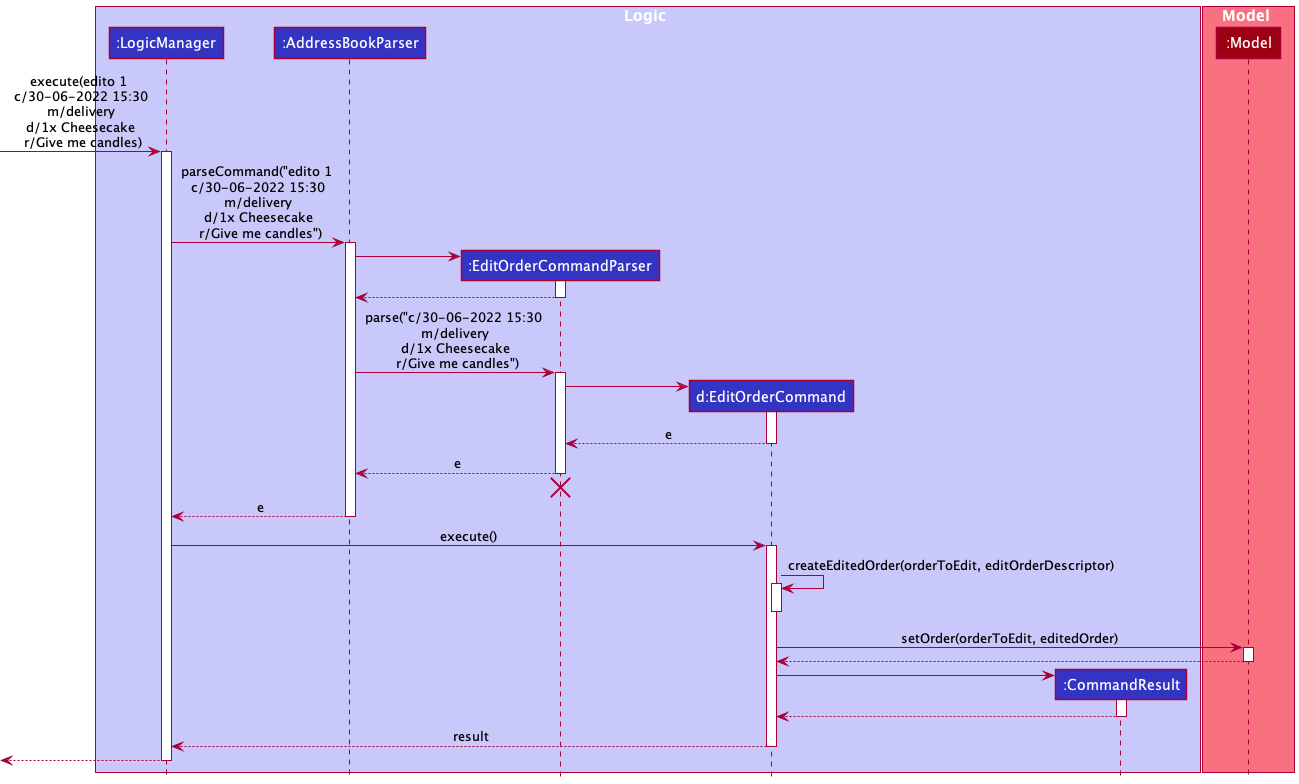
This is docs/images/EditOrderSequenceDiagram.png from onefangg/tp, a PlantUML export, as it was before one commit.
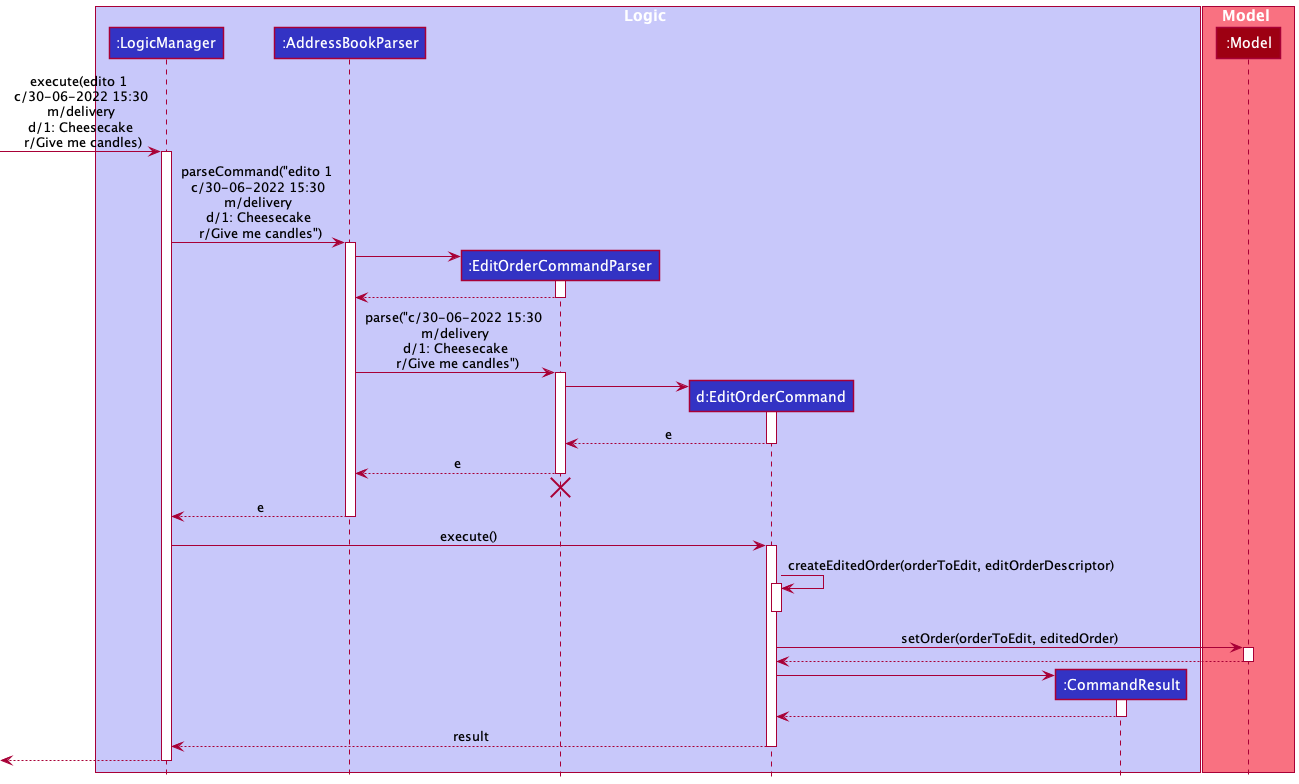
Later version of the same file.

The edit, as a diff of the source:
```diff
@@ -13,10 +13,10 @@
 participant ":Model" as Model MODEL_COLOR
 end box
 
-[-> LogicManager : execute(edito 1 \n c/30-06-2022 15:30 \n m/delivery \n d/1x Cheesecake \n r/Give me candles)
+[-> LogicManager : execute(edito 1 \n c/30-06-2022 15:30 \n m/delivery \n d/1: Cheesecake \n r/Give me candles)
 activate LogicManager
 
-LogicManager -> AddressBookParser : parseCommand("edito 1 \n c/30-06-2022 15:30 \n m/delivery \n d/1x Cheesecake \n r/Give me candles")
+LogicManager -> AddressBookParser : parseCommand("edito 1 \n c/30-06-2022 15:30 \n m/delivery \n d/1: Cheesecake \n r/Give me candles")
 activate AddressBookParser
 
 create EditOrderCommandParser
@@ -26,7 +26,7 @@
 EditOrderCommandParser --> AddressBookParser
 deactivate EditOrderCommandParser
 
-AddressBookParser -> EditOrderCommandParser : parse("c/30-06-2022 15:30 \n m/delivery \n d/1x Cheesecake \n r/Give me candles")
+AddressBookParser -> EditOrderCommandParser : parse("c/30-06-2022 15:30 \n m/delivery \n d/1: Cheesecake \n r/Give me candles")
 activate EditOrderCommandParser
 
 create EditOrderCommand
```
